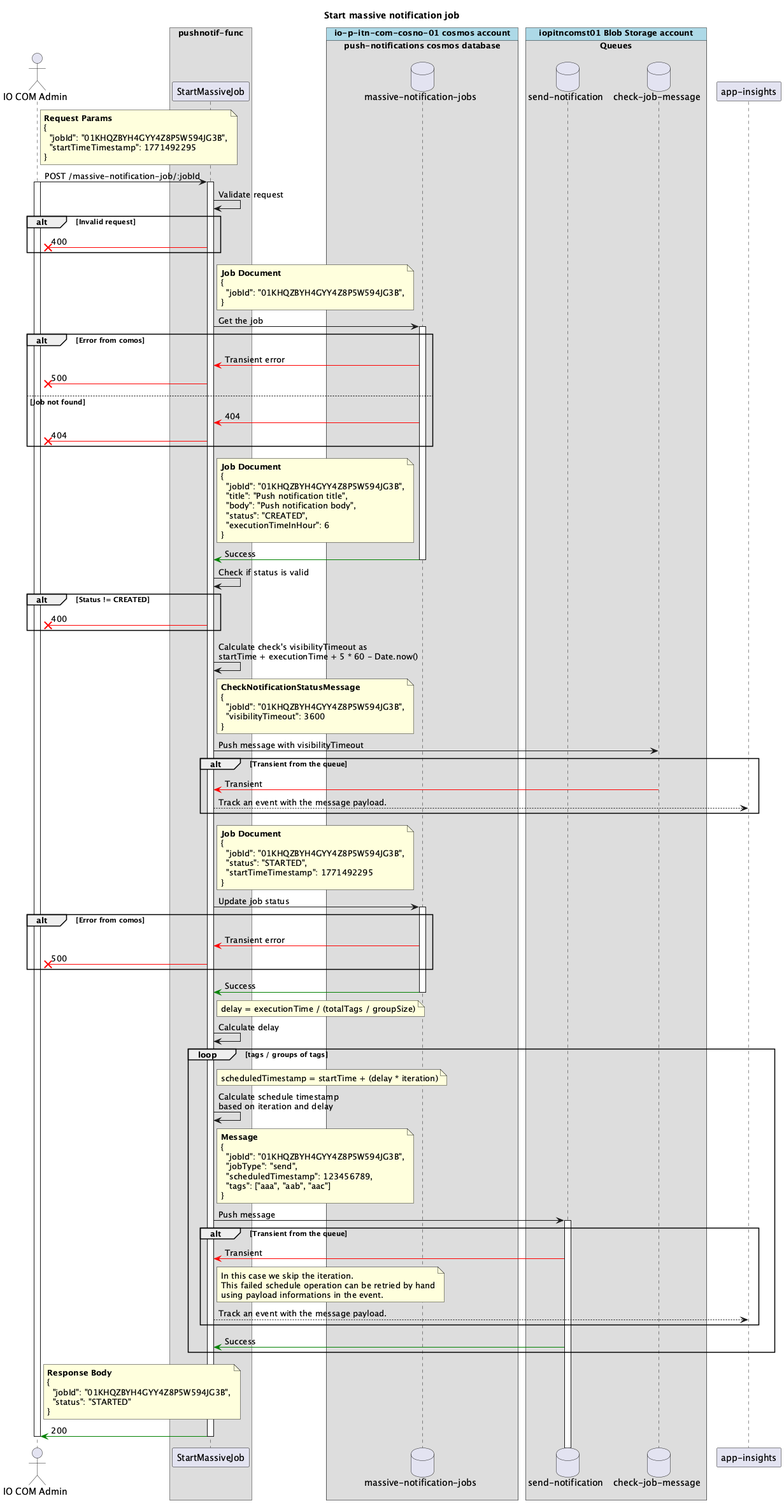
Above: apps/pushnotif-func/docs/png/start-massive-job.png in pagopa/io-messages (PlantUML), before the change.
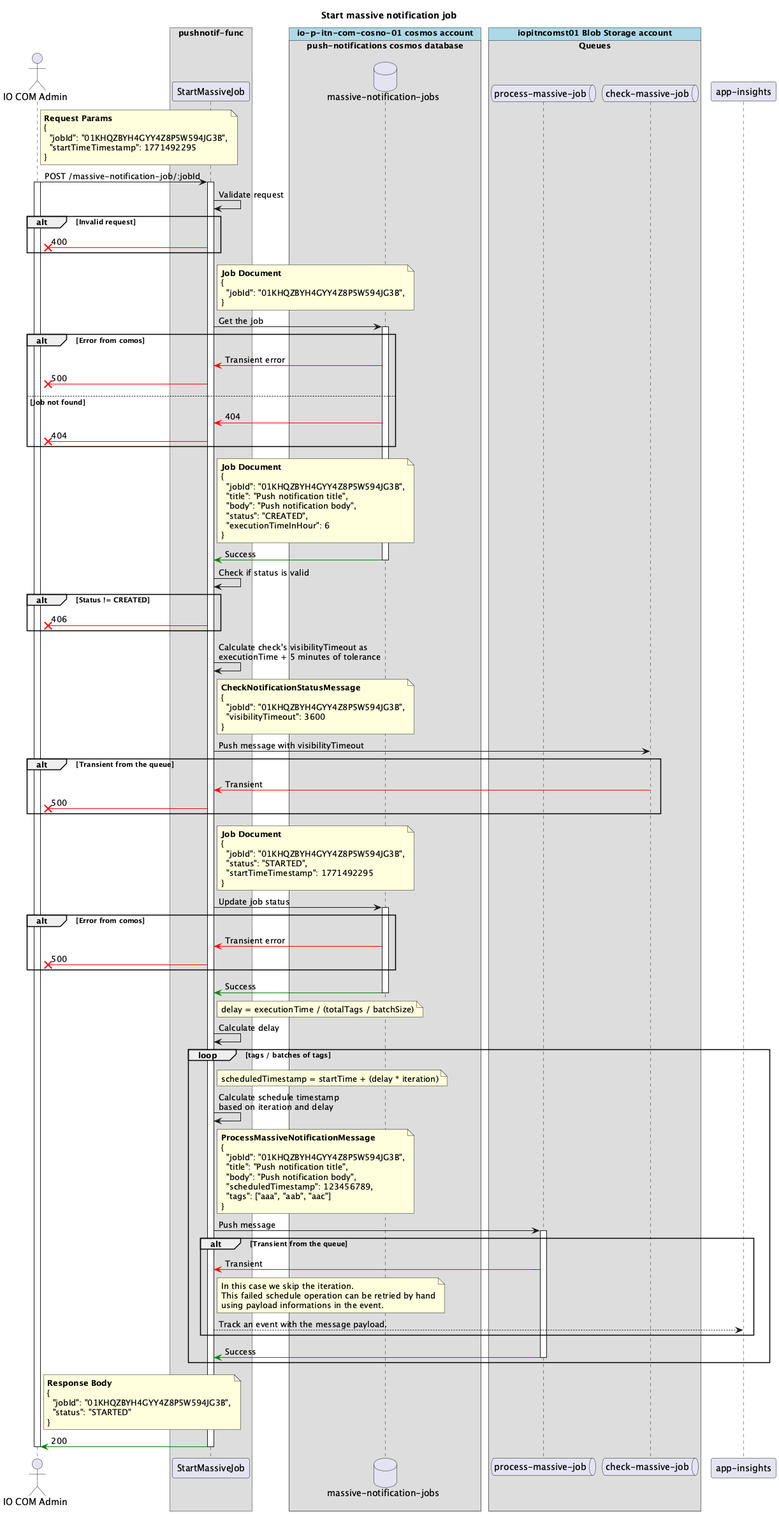
The same diagram one commit later.

Diff of the diagram source:
```diff
@@ -17,8 +17,8 @@
 
 box "iopitncomst01 Blob Storage account" #LightBlue
   box "Queues"
-    database "send-notification" as smq
-    database "check-job-message" as cjmq
+    queue "process-massive-job" as smq
+    queue "check-massive-job" as cjmq
   end box
 end box
 
@@ -74,10 +74,10 @@
 
 httpfunc -> httpfunc : Check if status is valid
 alt Status != CREATED
-  httpfunc -[#red]x admin : 400
+  httpfunc -[#red]x admin : 406
 end
 
-httpfunc -> httpfunc : Calculate check's visibilityTimeout as\nstartTime + executionTime + 5 * 60 - Date.now()
+httpfunc -> httpfunc : Calculate check's visibilityTimeout as\nexecutionTime + 5 minutes of tolerance
 note right of httpfunc
   **CheckNotificationStatusMessage**
   {
@@ -88,7 +88,7 @@
 httpfunc -> cjmq : Push message with visibilityTimeout
 alt Transient from the queue
   cjmq -[#red]> httpfunc : Transient
-  httpfunc --> ai : Track an event with the message payload.
+  httpfunc -[#red]x admin : 500
 end
 
 note right of httpfunc
@@ -112,19 +112,20 @@
 deactivate mnj
 
 note right of httpfunc
-  delay = executionTime / (totalTags / groupSize)
+  delay = executionTime / (totalTags / batchSize)
 end note
 httpfunc -> httpfunc : Calculate delay
-loop tags / groups of tags
+loop tags / batches of tags
   note right of httpfunc
     scheduledTimestamp = startTime + (delay * iteration)
   end note
   httpfunc -> httpfunc : Calculate schedule timestamp\nbased on iteration and delay
   note right of httpfunc
-    **Message**
+    **ProcessMassiveNotificationMessage**
     {
       "jobId": "01KHQZBYH4GYY4Z8P5W594JG3B",
-      "jobType": "send",
+      "title": "Push notification title",
+      "body": "Push notification body",
       "scheduledTimestamp": 123456789,
       "tags": ["aaa", "aab", "aac"]
     }
@@ -143,6 +144,8 @@
   end
 
   smq -[#green]> httpfunc : Success
+
+  deactivate smq
 end
 
 note right of admin
```
